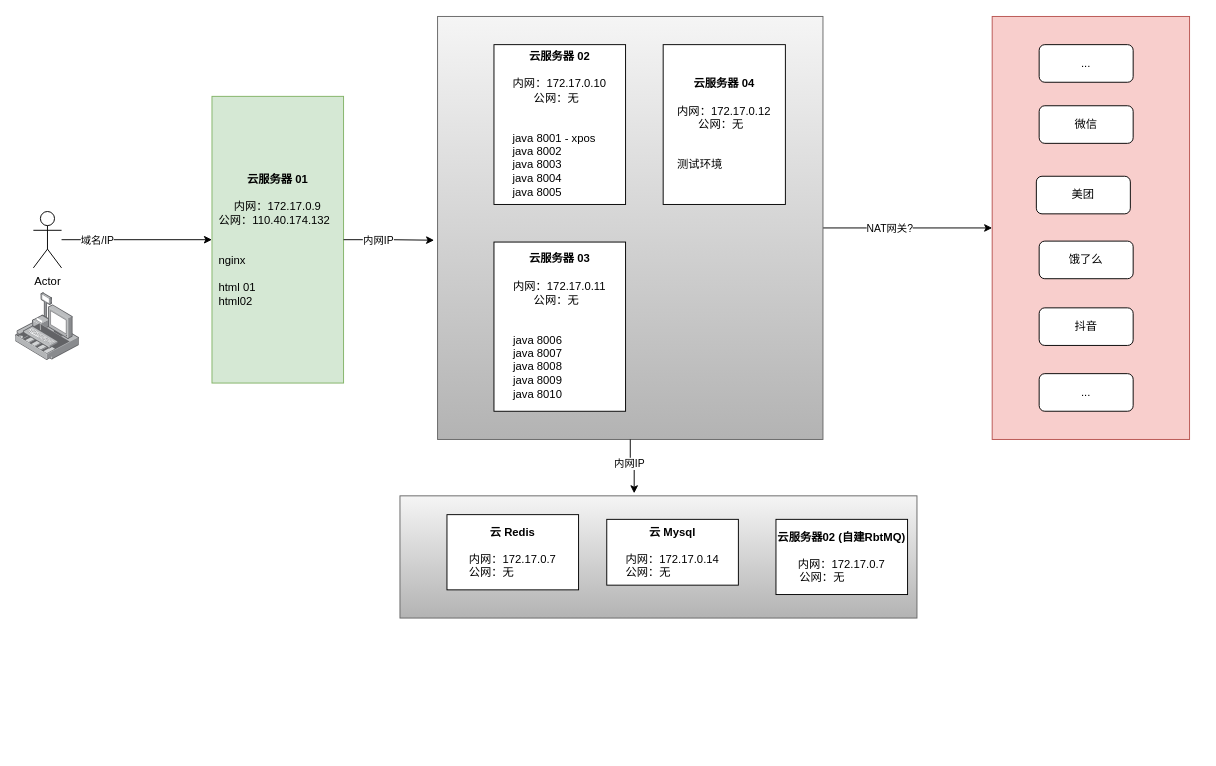
The draw.io diagram page "第 2 页 的副本" (3 of 3) of qiangfeng/qiangfeng部署图.drawio in exm-x/draw.io, before the edit. Source tidied: cells renumbered, new cells numbered last; positions are measured from the earlier drawing's top-left corner, leaving out a move shared by most shapes. Both pictures are drawn from the tidied source at 94%, with x=0, y=0 at pixel (15, 16).
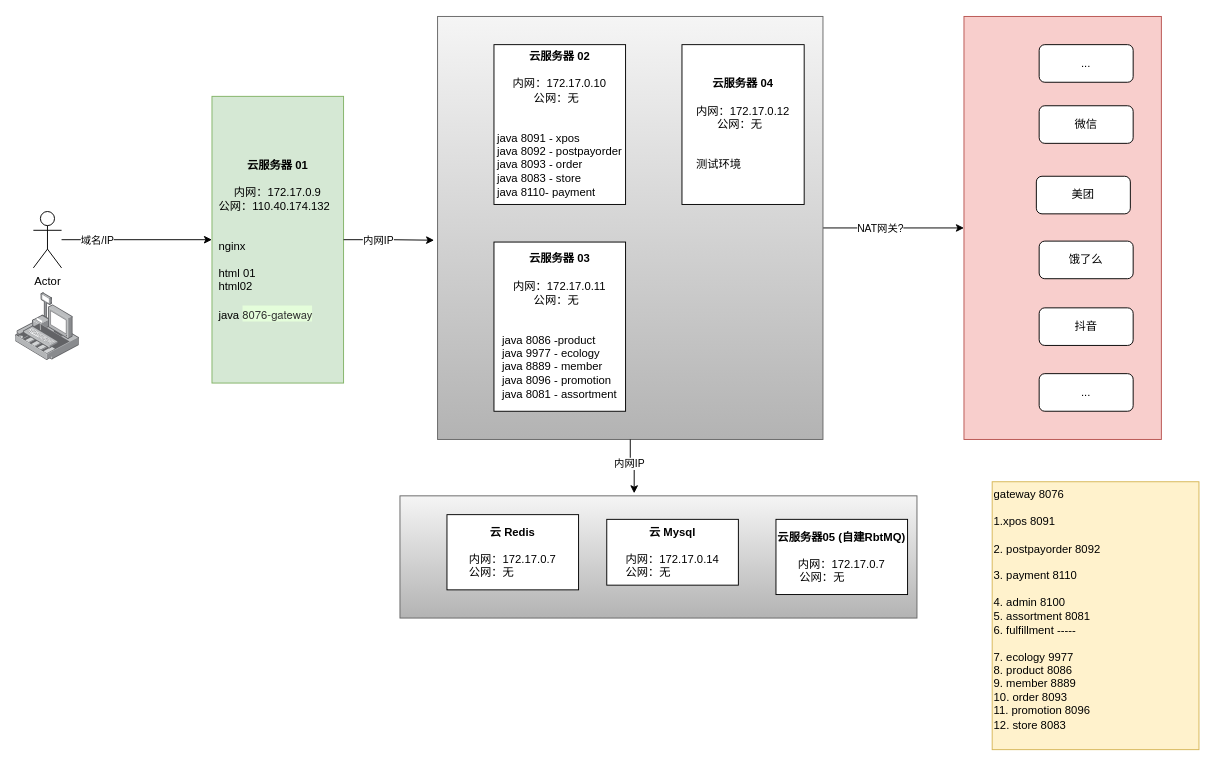
The same diagram, later.

Commit message:
更新qiangfeng部署图.drawio

Change to the diagram source:
```diff
@@
     <mxCell id="6" style="rounded=0;whiteSpace=wrap;html=1;fillColor=#f8cecc;strokeColor=#b85450;" parent="1" vertex="1">
-      <mxGeometry x="1039" width="210" height="450" as="geometry" />
+      <mxGeometry x="1009" width="210" height="450" as="geometry" />
     </mxCell>
-    <mxCell id="7" value="&lt;b&gt;云服务器 01&lt;/b&gt;&lt;div&gt;&lt;div&gt;&lt;br&gt;&lt;/div&gt;&lt;div&gt;&lt;span style=&quot;text-align: left;&quot;&gt;内网：172.17.0.9&lt;/span&gt;&lt;br&gt;&lt;/div&gt;&lt;/div&gt;&lt;div&gt;&lt;span style=&quot;text-align: left;&quot;&gt;公网：110.40.174.132&amp;nbsp;&amp;nbsp;&lt;/span&gt;&lt;span style=&quot;text-align: left;&quot;&gt;&lt;br&gt;&lt;/span&gt;&lt;/div&gt;&lt;div&gt;&lt;span style=&quot;text-align: left;&quot;&gt;&lt;br&gt;&lt;/span&gt;&lt;/div&gt;&lt;div style=&quot;text-align: left;&quot;&gt;&lt;br&gt;&lt;/div&gt;&lt;div style=&quot;text-align: left;&quot;&gt;nginx&lt;/div&gt;&lt;div style=&quot;text-align: left;&quot;&gt;&lt;br&gt;&lt;/div&gt;&lt;div style=&quot;text-align: left;&quot;&gt;html 01&lt;/div&gt;&lt;div style=&quot;text-align: left;&quot;&gt;html02&lt;/div&gt;" style="rounded=0;whiteSpace=wrap;html=1;fillColor=#d5e8d4;strokeColor=#82b366;" parent="1" vertex="1">
+    <mxCell id="7" value="&lt;b&gt;云服务器 01&lt;/b&gt;&lt;div&gt;&lt;div&gt;&lt;br&gt;&lt;/div&gt;&lt;div&gt;&lt;span style=&quot;text-align: left;&quot;&gt;内网：172.17.0.9&lt;/span&gt;&lt;br&gt;&lt;/div&gt;&lt;/div&gt;&lt;div&gt;&lt;span style=&quot;text-align: left;&quot;&gt;公网：110.40.174.132&amp;nbsp;&amp;nbsp;&lt;/span&gt;&lt;span style=&quot;text-align: left;&quot;&gt;&lt;br&gt;&lt;/span&gt;&lt;/div&gt;&lt;div&gt;&lt;span style=&quot;text-align: left;&quot;&gt;&lt;br&gt;&lt;/span&gt;&lt;/div&gt;&lt;div style=&quot;text-align: left;&quot;&gt;&lt;br&gt;&lt;/div&gt;&lt;div style=&quot;text-align: left;&quot;&gt;nginx&lt;/div&gt;&lt;div style=&quot;text-align: left;&quot;&gt;&lt;br&gt;&lt;/div&gt;&lt;div style=&quot;text-align: left;&quot;&gt;html 01&lt;/div&gt;&lt;div style=&quot;text-align: left;&quot;&gt;html02&lt;/div&gt;&lt;div style=&quot;text-align: left;&quot;&gt;&lt;br&gt;&lt;/div&gt;&lt;div style=&quot;text-align: left;&quot;&gt;java&amp;nbsp;&lt;span style=&quot;background-color: rgb(228, 253, 218); color: rgb(51, 51, 51); font-family: &amp;quot;Helvetica Neue&amp;quot;, &amp;quot;Luxi Sans&amp;quot;, &amp;quot;DejaVu Sans&amp;quot;, Tahoma, &amp;quot;Hiragino Sans GB&amp;quot;, STHeiti, &amp;quot;Microsoft YaHei&amp;quot;;&quot;&gt;8076-gateway&lt;/span&gt;&lt;/div&gt;" style="rounded=0;whiteSpace=wrap;html=1;fillColor=#d5e8d4;strokeColor=#82b366;" parent="1" vertex="1">
       <mxGeometry x="209" y="85" width="140" height="305" as="geometry" />
     </mxCell>
@@
-    <mxCell id="14" value="&lt;b&gt;云服务器02 (&lt;/b&gt;&lt;b&gt;自建RbtMQ&lt;/b&gt;&lt;b&gt;)&lt;/b&gt;&lt;br&gt;&lt;div&gt;&lt;span style=&quot;text-align: left;&quot;&gt;&lt;br&gt;&lt;/span&gt;&lt;/div&gt;&lt;div&gt;&lt;span style=&quot;text-align: left;&quot;&gt;内网：172.17.0.7&lt;/span&gt;&lt;br&gt;&lt;/div&gt;&lt;div style=&quot;text-align: left;&quot;&gt;&amp;nbsp; &amp;nbsp; &amp;nbsp; &amp;nbsp;公网：无&lt;/div&gt;" style="rounded=0;whiteSpace=wrap;html=1;" parent="1" vertex="1">
+    <mxCell id="14" value="&lt;b&gt;云服务器05 (&lt;/b&gt;&lt;b&gt;自建RbtMQ&lt;/b&gt;&lt;b&gt;)&lt;/b&gt;&lt;br&gt;&lt;div&gt;&lt;span style=&quot;text-align: left;&quot;&gt;&lt;br&gt;&lt;/span&gt;&lt;/div&gt;&lt;div&gt;&lt;span style=&quot;text-align: left;&quot;&gt;内网：172.17.0.7&lt;/span&gt;&lt;br&gt;&lt;/div&gt;&lt;div style=&quot;text-align: left;&quot;&gt;&amp;nbsp; &amp;nbsp; &amp;nbsp; &amp;nbsp;公网：无&lt;/div&gt;" style="rounded=0;whiteSpace=wrap;html=1;" parent="1" vertex="1">
       <mxGeometry x="809" y="535" width="140" height="80" as="geometry" />
     </mxCell>
-    <mxCell id="15" value="&lt;b&gt;云服务器 02&lt;/b&gt;&lt;div&gt;&lt;div&gt;&lt;br&gt;&lt;/div&gt;&lt;div&gt;&lt;span style=&quot;text-align: left;&quot;&gt;内网：172.17.0.10&lt;/span&gt;&lt;br&gt;&lt;/div&gt;&lt;/div&gt;&lt;div&gt;&lt;span style=&quot;text-align: left;&quot;&gt;公网：无&amp;nbsp;&amp;nbsp;&lt;/span&gt;&lt;span style=&quot;text-align: left;&quot;&gt;&lt;br&gt;&lt;/span&gt;&lt;/div&gt;&lt;div&gt;&lt;span style=&quot;text-align: left;&quot;&gt;&lt;br&gt;&lt;/span&gt;&lt;/div&gt;&lt;div&gt;&lt;span style=&quot;text-align: left;&quot;&gt;&lt;br&gt;&lt;/span&gt;&lt;/div&gt;&lt;div style=&quot;text-align: left;&quot;&gt;java 8001 - xpos&lt;/div&gt;&lt;div style=&quot;text-align: left;&quot;&gt;java 8002&lt;br&gt;&lt;/div&gt;&lt;div style=&quot;text-align: left;&quot;&gt;java 8003&lt;br&gt;&lt;/div&gt;&lt;div style=&quot;text-align: left;&quot;&gt;java 8004&lt;br&gt;&lt;/div&gt;&lt;div style=&quot;text-align: left;&quot;&gt;java 8005&lt;br&gt;&lt;/div&gt;" style="rounded=0;whiteSpace=wrap;html=1;" parent="1" vertex="1">
+    <mxCell id="15" value="&lt;b&gt;云服务器 02&lt;/b&gt;&lt;div&gt;&lt;div&gt;&lt;br&gt;&lt;/div&gt;&lt;div&gt;&lt;span style=&quot;text-align: left;&quot;&gt;内网：172.17.0.10&lt;/span&gt;&lt;br&gt;&lt;/div&gt;&lt;/div&gt;&lt;div&gt;&lt;span style=&quot;text-align: left;&quot;&gt;公网：无&amp;nbsp;&amp;nbsp;&lt;/span&gt;&lt;span style=&quot;text-align: left;&quot;&gt;&lt;br&gt;&lt;/span&gt;&lt;/div&gt;&lt;div&gt;&lt;span style=&quot;text-align: left;&quot;&gt;&lt;br&gt;&lt;/span&gt;&lt;/div&gt;&lt;div&gt;&lt;span style=&quot;text-align: left;&quot;&gt;&lt;br&gt;&lt;/span&gt;&lt;/div&gt;&lt;div style=&quot;text-align: left;&quot;&gt;java 8091 - xpos&lt;/div&gt;&lt;div style=&quot;text-align: left;&quot;&gt;java 8092 - postpayorder&lt;br&gt;&lt;/div&gt;&lt;div style=&quot;text-align: left;&quot;&gt;java 8093 - order&lt;br&gt;&lt;/div&gt;&lt;div style=&quot;text-align: left;&quot;&gt;java 8083 - store&lt;br&gt;&lt;/div&gt;&lt;div style=&quot;text-align: left;&quot;&gt;java 8110- payment&lt;br&gt;&lt;/div&gt;" style="rounded=0;whiteSpace=wrap;html=1;" parent="1" vertex="1">
       <mxGeometry x="509" y="30" width="140" height="170" as="geometry" />
     </mxCell>
-    <mxCell id="16" value="&lt;b&gt;云服务器 03&lt;/b&gt;&lt;div&gt;&lt;div&gt;&lt;br&gt;&lt;/div&gt;&lt;div&gt;&lt;span style=&quot;text-align: left;&quot;&gt;内网：172.17.0.11&lt;/span&gt;&lt;br&gt;&lt;/div&gt;&lt;/div&gt;&lt;div&gt;&lt;span style=&quot;text-align: left;&quot;&gt;公网：无&amp;nbsp;&amp;nbsp;&lt;/span&gt;&lt;span style=&quot;text-align: left;&quot;&gt;&lt;br&gt;&lt;/span&gt;&lt;/div&gt;&lt;div&gt;&lt;span style=&quot;text-align: left;&quot;&gt;&lt;br&gt;&lt;/span&gt;&lt;/div&gt;&lt;div&gt;&lt;span style=&quot;text-align: left;&quot;&gt;&lt;br&gt;&lt;/span&gt;&lt;/div&gt;&lt;div&gt;&lt;div style=&quot;text-align: left;&quot;&gt;java 8006&lt;/div&gt;&lt;div style=&quot;text-align: left;&quot;&gt;java 8007&lt;br&gt;&lt;/div&gt;&lt;div style=&quot;text-align: left;&quot;&gt;java 8008&lt;br&gt;&lt;/div&gt;&lt;div style=&quot;text-align: left;&quot;&gt;java 8009&lt;br&gt;&lt;/div&gt;&lt;div style=&quot;text-align: left;&quot;&gt;java 8010&lt;/div&gt;&lt;/div&gt;" style="rounded=0;whiteSpace=wrap;html=1;" parent="1" vertex="1">
+    <mxCell id="16" value="&lt;b&gt;云服务器 03&lt;/b&gt;&lt;div&gt;&lt;div&gt;&lt;br&gt;&lt;/div&gt;&lt;div&gt;&lt;span style=&quot;text-align: left;&quot;&gt;内网：172.17.0.11&lt;/span&gt;&lt;br&gt;&lt;/div&gt;&lt;/div&gt;&lt;div&gt;&lt;span style=&quot;text-align: left;&quot;&gt;公网：无&amp;nbsp;&amp;nbsp;&lt;/span&gt;&lt;span style=&quot;text-align: left;&quot;&gt;&lt;br&gt;&lt;/span&gt;&lt;/div&gt;&lt;div&gt;&lt;span style=&quot;text-align: left;&quot;&gt;&lt;br&gt;&lt;/span&gt;&lt;/div&gt;&lt;div&gt;&lt;span style=&quot;text-align: left;&quot;&gt;&lt;br&gt;&lt;/span&gt;&lt;/div&gt;&lt;div&gt;&lt;div style=&quot;text-align: left;&quot;&gt;java 8086 -product&lt;/div&gt;&lt;div style=&quot;text-align: left;&quot;&gt;java 9977 - ecology&lt;br&gt;&lt;/div&gt;&lt;div style=&quot;text-align: left;&quot;&gt;java 8889 - member&lt;br&gt;&lt;/div&gt;&lt;div style=&quot;text-align: left;&quot;&gt;java 8096 - promotion&lt;br&gt;&lt;/div&gt;&lt;div style=&quot;text-align: left;&quot;&gt;java 8081 - assortment&lt;/div&gt;&lt;/div&gt;" style="rounded=0;whiteSpace=wrap;html=1;" parent="1" vertex="1">
       <mxGeometry x="509" y="240" width="140" height="180" as="geometry" />
     </mxCell>
     <mxCell id="17" value="&lt;b&gt;云服务器 04&lt;/b&gt;&lt;div&gt;&lt;div&gt;&lt;br&gt;&lt;/div&gt;&lt;div&gt;&lt;span style=&quot;text-align: left;&quot;&gt;内网：172.17.0.12&lt;/span&gt;&lt;br&gt;&lt;/div&gt;&lt;/div&gt;&lt;div&gt;&lt;span style=&quot;text-align: left;&quot;&gt;公网：无&amp;nbsp;&amp;nbsp;&lt;/span&gt;&lt;span style=&quot;text-align: left;&quot;&gt;&lt;br&gt;&lt;/span&gt;&lt;/div&gt;&lt;div&gt;&lt;span style=&quot;text-align: left;&quot;&gt;&lt;br&gt;&lt;/span&gt;&lt;/div&gt;&lt;div&gt;&lt;span style=&quot;text-align: left;&quot;&gt;&lt;br&gt;&lt;/span&gt;&lt;/div&gt;&lt;div&gt;&lt;div style=&quot;text-align: left;&quot;&gt;测试环境&lt;/div&gt;&lt;/div&gt;" style="rounded=0;whiteSpace=wrap;html=1;" parent="1" vertex="1">
-      <mxGeometry x="689" y="30" width="130" height="170" as="geometry" />
+      <mxGeometry x="709" y="30" width="130" height="170" as="geometry" />
     </mxCell>
@@
+    <mxCell id="28" value="gateway 8076&lt;div&gt;&lt;br&gt;&lt;/div&gt;&lt;div&gt;1.xpos 8091&lt;/div&gt;&lt;div&gt;&lt;br&gt;&lt;/div&gt;&lt;div&gt;2. postpayorder 8092&lt;/div&gt;&lt;div&gt;&lt;br&gt;&lt;/div&gt;&lt;div&gt;3. payment 8110&lt;/div&gt;&lt;div&gt;&lt;br&gt;&lt;/div&gt;&lt;div&gt;4. admin 8100&lt;/div&gt;&lt;div&gt;5. assortment 8081&lt;/div&gt;&lt;div&gt;6. fulfillment -----&lt;/div&gt;&lt;div&gt;&lt;br&gt;&lt;/div&gt;&lt;div&gt;7. ecology 9977&lt;/div&gt;&lt;div&gt;8. product 8086&lt;/div&gt;&lt;div&gt;9. member 8889&lt;/div&gt;&lt;div&gt;10. order 8093&lt;/div&gt;&lt;div&gt;11. promotion 8096&lt;/div&gt;&lt;div&gt;12. store 8083&lt;/div&gt;&lt;div&gt;&lt;br&gt;&lt;/div&gt;" style="text;html=1;align=left;verticalAlign=top;whiteSpace=wrap;rounded=0;fillColor=#fff2cc;strokeColor=#d6b656;" parent="1" vertex="1">
+      <mxGeometry x="1039" y="495" width="220" height="285" as="geometry" />
+    </mxCell>
```
